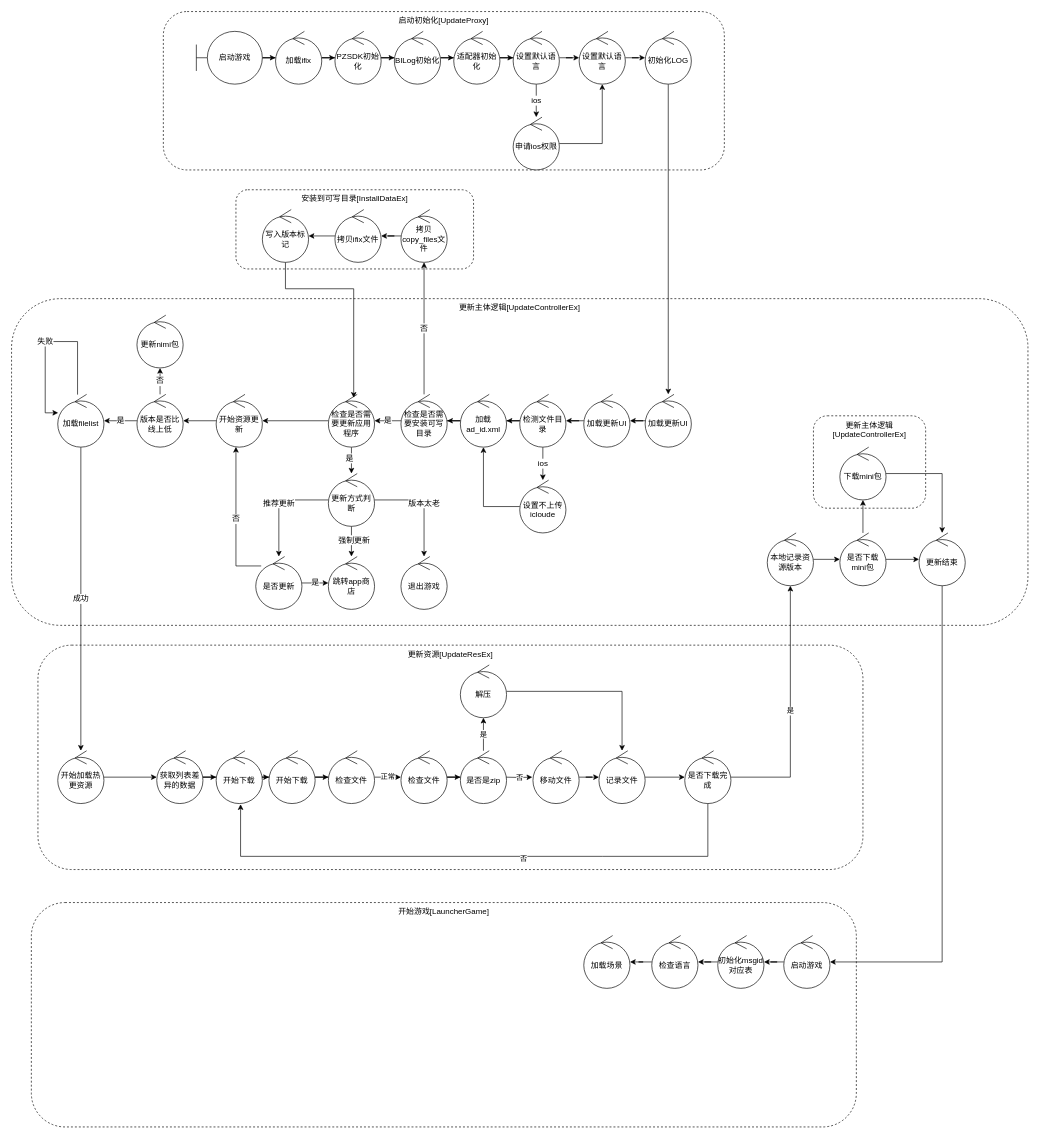
This is 游戏启动流程.drawio from cliang/drawio, a draw.io file, before an edit. Source tidied: cells renumbered, new cells numbered last; positions are measured from the earlier drawing's top-left corner, leaving out a move shared by most shapes. Both pictures are drawn from the tidied source at 66%, with x=0, y=0 at pixel (11, 11).
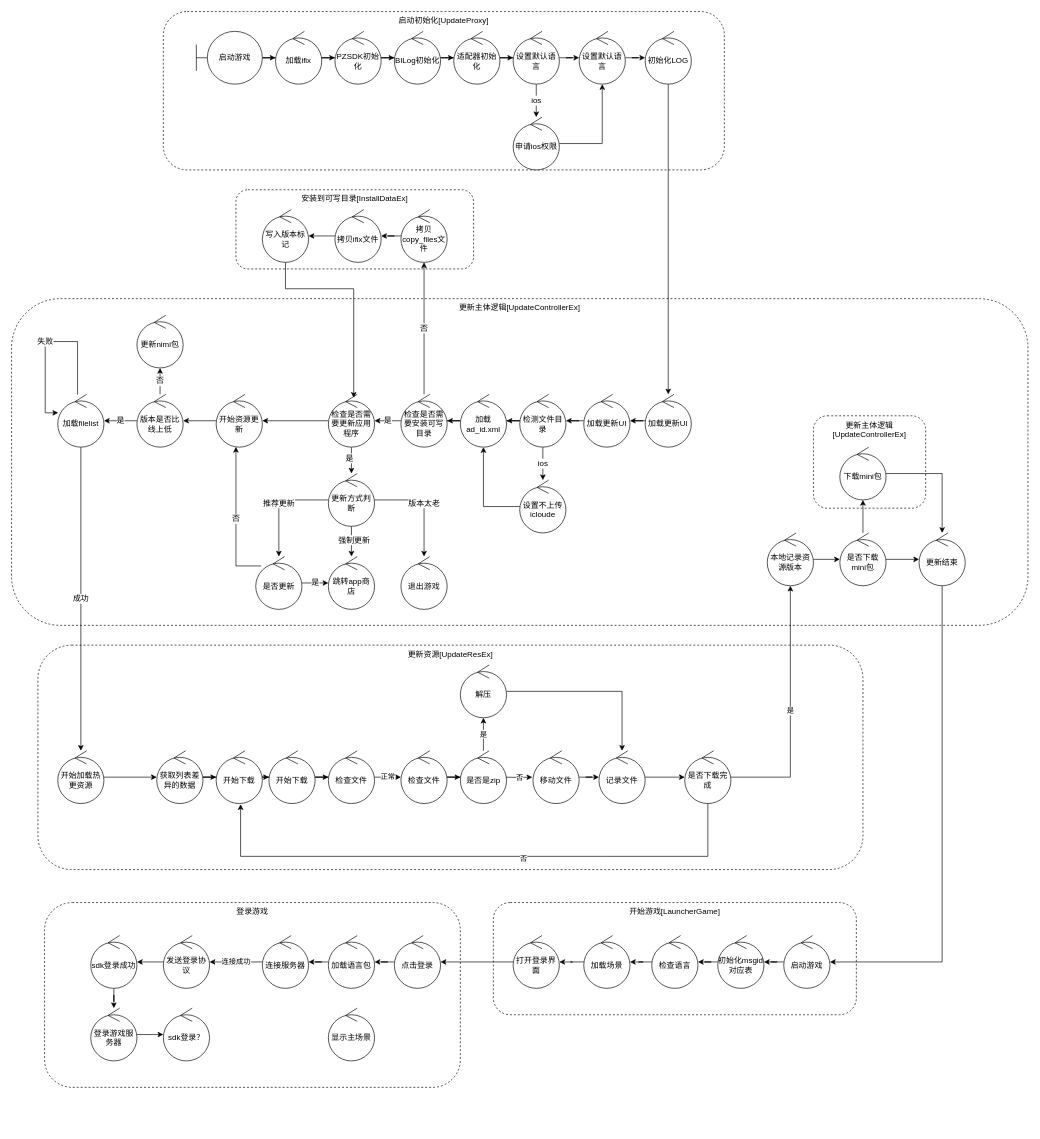
After the change.

Commit message (it also covers changes not shown here):
更新游戏启动流程.drawio

Unchanged cells that the change refers to:
```xml
<mxCell id="110" value="加载场景" style="ellipse;shape=umlControl;whiteSpace=wrap;html=1;" parent="1" vertex="1">
  <mxGeometry x="867" y="1400" width="70" height="80" as="geometry" />
</mxCell>
```

What changed in the source:
```diff
@@
     <mxCell id="2" value="开始游戏[LauncherGame]" style="rounded=1;whiteSpace=wrap;html=1;fontSize=12;dashed=1;fillColor=none;verticalAlign=top;" parent="1" vertex="1">
-      <mxGeometry x="30" y="1350" width="1250" height="340" as="geometry" />
+      <mxGeometry x="730" y="1350" width="550" height="170" as="geometry" />
     </mxCell>
@@
+    <mxCell id="111" style="edgeStyle=orthogonalEdgeStyle;rounded=0;jettySize=auto;html=1;" parent="1" edge="1" source="110" target="113">
+      <mxGeometry relative="1" as="geometry" />
+    </mxCell>
@@
+    <mxCell id="112" style="edgeStyle=orthogonalEdgeStyle;rounded=0;jettySize=auto;html=1;" parent="1" edge="1" source="113" target="116">
+      <mxGeometry relative="1" as="geometry" />
+    </mxCell>
+    <mxCell id="113" value="打开登录界面" style="ellipse;shape=umlControl;whiteSpace=wrap;html=1;" parent="1" vertex="1">
+      <mxGeometry x="760" y="1400" width="70" height="80" as="geometry" />
+    </mxCell>
+    <mxCell id="114" value="登录游戏" style="rounded=1;whiteSpace=wrap;html=1;fontSize=12;dashed=1;fillColor=none;verticalAlign=top;" parent="1" vertex="1">
+      <mxGeometry x="50" y="1350" width="630" height="280" as="geometry" />
+    </mxCell>
+    <mxCell id="115" style="edgeStyle=orthogonalEdgeStyle;rounded=0;jettySize=auto;html=1;" parent="1" edge="1" source="116" target="118">
+      <mxGeometry relative="1" as="geometry" />
+    </mxCell>
+    <mxCell id="116" value="点击登录" style="ellipse;shape=umlControl;whiteSpace=wrap;html=1;" parent="1" vertex="1">
+      <mxGeometry x="580" y="1400" width="70" height="80" as="geometry" />
+    </mxCell>
+    <mxCell id="117" style="edgeStyle=orthogonalEdgeStyle;rounded=0;jettySize=auto;html=1;" parent="1" edge="1" source="118" target="120">
+      <mxGeometry relative="1" as="geometry" />
+    </mxCell>
+    <mxCell id="118" value="加载语言包" style="ellipse;shape=umlControl;whiteSpace=wrap;html=1;" parent="1" vertex="1">
+      <mxGeometry x="480" y="1400" width="70" height="80" as="geometry" />
+    </mxCell>
+    <mxCell id="119" value="连接成功" style="edgeStyle=orthogonalEdgeStyle;rounded=0;jettySize=auto;html=1;" parent="1" edge="1" source="120" target="122">
+      <mxGeometry relative="1" as="geometry" />
+    </mxCell>
+    <mxCell id="120" value="连接服务器" style="ellipse;shape=umlControl;whiteSpace=wrap;html=1;" parent="1" vertex="1">
+      <mxGeometry x="380" y="1400" width="70" height="80" as="geometry" />
+    </mxCell>
+    <mxCell id="121" style="edgeStyle=orthogonalEdgeStyle;rounded=0;jettySize=auto;html=1;" parent="1" edge="1" source="122" target="124">
+      <mxGeometry relative="1" as="geometry" />
+    </mxCell>
+    <mxCell id="122" value="发送登录协议" style="ellipse;shape=umlControl;whiteSpace=wrap;html=1;" parent="1" vertex="1">
+      <mxGeometry x="230" y="1400" width="70" height="80" as="geometry" />
+    </mxCell>
+    <mxCell id="123" style="edgeStyle=orthogonalEdgeStyle;rounded=0;jettySize=auto;html=1;" parent="1" edge="1" source="124" target="126">
+      <mxGeometry relative="1" as="geometry" />
+    </mxCell>
+    <mxCell id="124" value="sdk登录成功" style="ellipse;shape=umlControl;whiteSpace=wrap;html=1;" parent="1" vertex="1">
+      <mxGeometry x="120" y="1400" width="70" height="80" as="geometry" />
+    </mxCell>
+    <mxCell id="125" style="edgeStyle=orthogonalEdgeStyle;rounded=0;jettySize=auto;html=1;" parent="1" edge="1" source="126" target="127">
+      <mxGeometry relative="1" as="geometry" />
+    </mxCell>
+    <mxCell id="126" value="登录游戏服务器" style="ellipse;shape=umlControl;whiteSpace=wrap;html=1;" parent="1" vertex="1">
+      <mxGeometry x="120" y="1510" width="70" height="80" as="geometry" />
+    </mxCell>
+    <mxCell id="127" value="sdk登录？" style="ellipse;shape=umlControl;whiteSpace=wrap;html=1;" parent="1" vertex="1">
+      <mxGeometry x="230" y="1510" width="70" height="80" as="geometry" />
+    </mxCell>
+    <mxCell id="128" value="显示主场景" style="ellipse;shape=umlControl;whiteSpace=wrap;html=1;" parent="1" vertex="1">
+      <mxGeometry x="480" y="1510" width="70" height="80" as="geometry" />
+    </mxCell>
```
